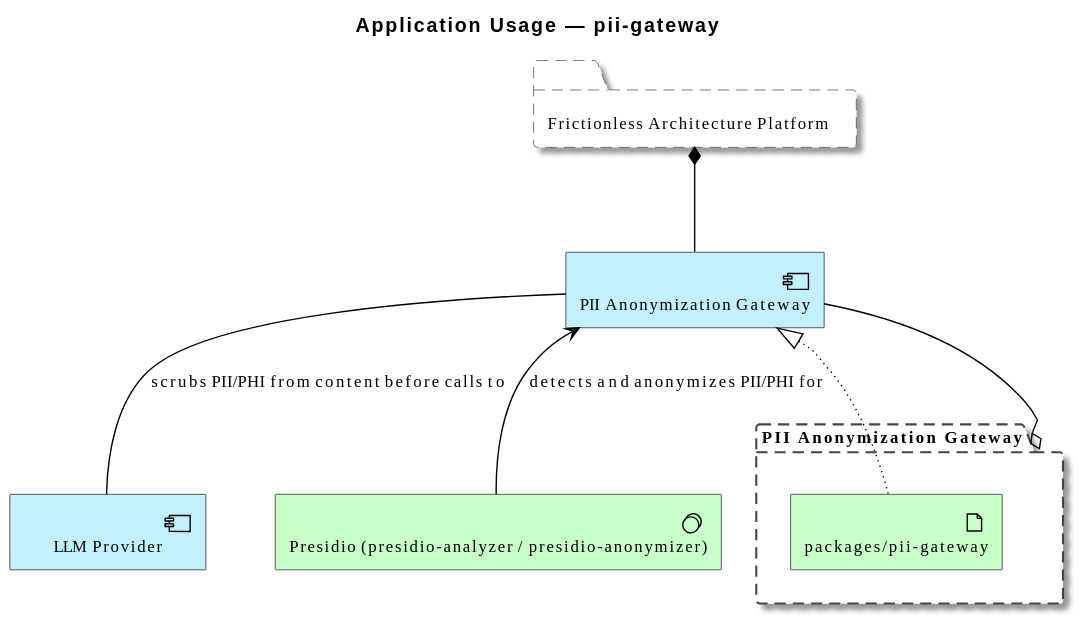
This is architecture/model/diagrams/application/usage/pii-gateway.svg from wolffy-au/frictionless-architect, a PlantUML export, as it was before one commit.
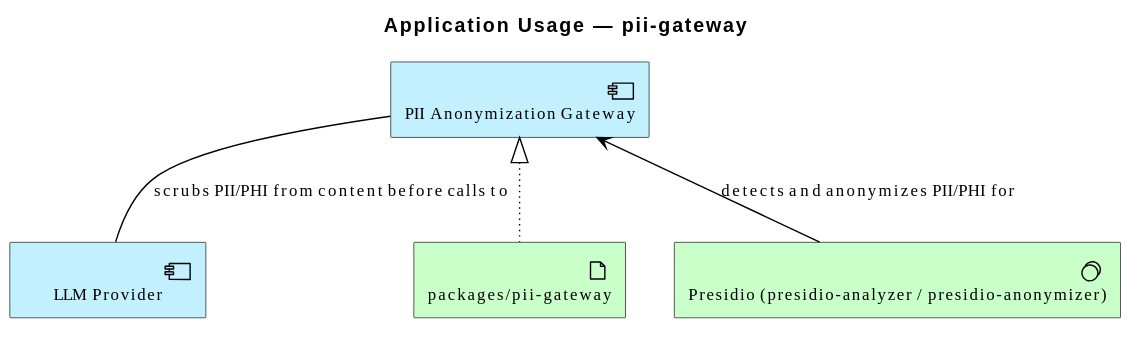
Later version of the same file.

What changed in the source:
```diff
@@ -4,17 +4,12 @@
 scale max 3800 width
 title Application Usage — pii-gateway
 
-Grouping(e_id54dd4701dbf151, "Frictionless Architecture Platform")
 Application_Component(e_idc7fc80ba220752, "PII Anonymization Gateway")
 Application_Component(e_id2610ae0cc2cc50, "LLM Provider")
+Technology_Artifact(e_id8b34f5f03beb50, "packages/pii-gateway")
 Technology_SystemSoftware(e_idd46328fd3f165d, "Presidio (presidio-analyzer / presidio-anonymizer)")
-Grouping(e_id0305c87937d55f, "PII Anonymization Gateway") {
-  Technology_Artifact(e_id8b34f5f03beb50, "packages/pii-gateway")
-}
 
-Rel_Composition(e_id54dd4701dbf151, e_idc7fc80ba220752, "")
 Rel_Association(e_idc7fc80ba220752, e_id2610ae0cc2cc50, "scrubs PII/PHI from content before calls to")
 Rel_Realization_Up(e_id8b34f5f03beb50, e_idc7fc80ba220752, "")
 Rel_Serving_Up(e_idd46328fd3f165d, e_idc7fc80ba220752, "detects and anonymizes PII/PHI for")
-Rel_Aggregation(e_id0305c87937d55f, e_idc7fc80ba220752, "")
 @enduml
```
